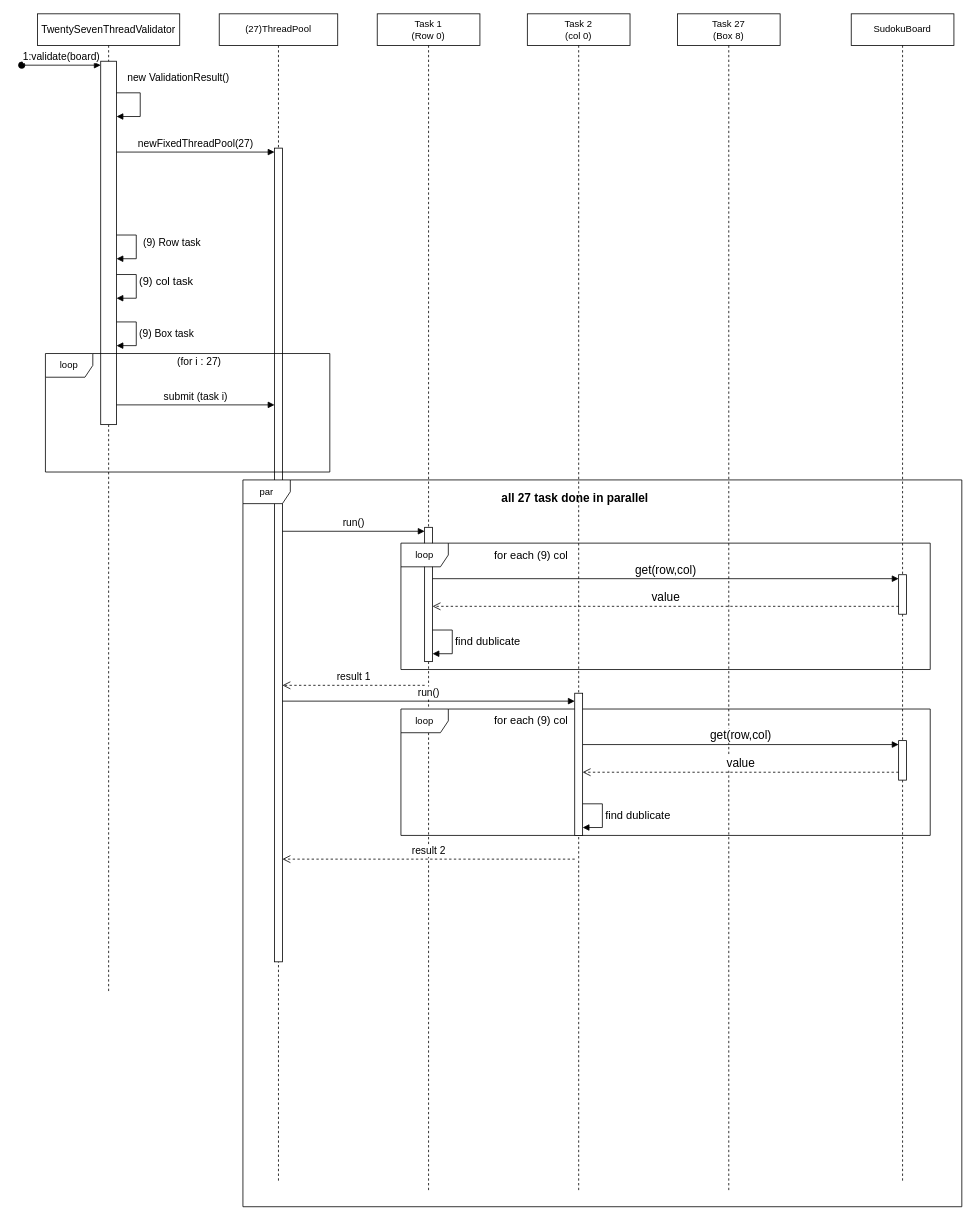
Earlier version of the draw.io diagram diagrams/mode27 sequence diagram.drawio (Smook-e/Prog_lab9). Source tidied: cells renumbered, new cells numbered last; positions are measured from the earlier drawing's top-left corner, leaving out a move shared by most shapes. Both pictures are drawn from the tidied source at 79%, with x=0, y=0 at pixel (21, 13).
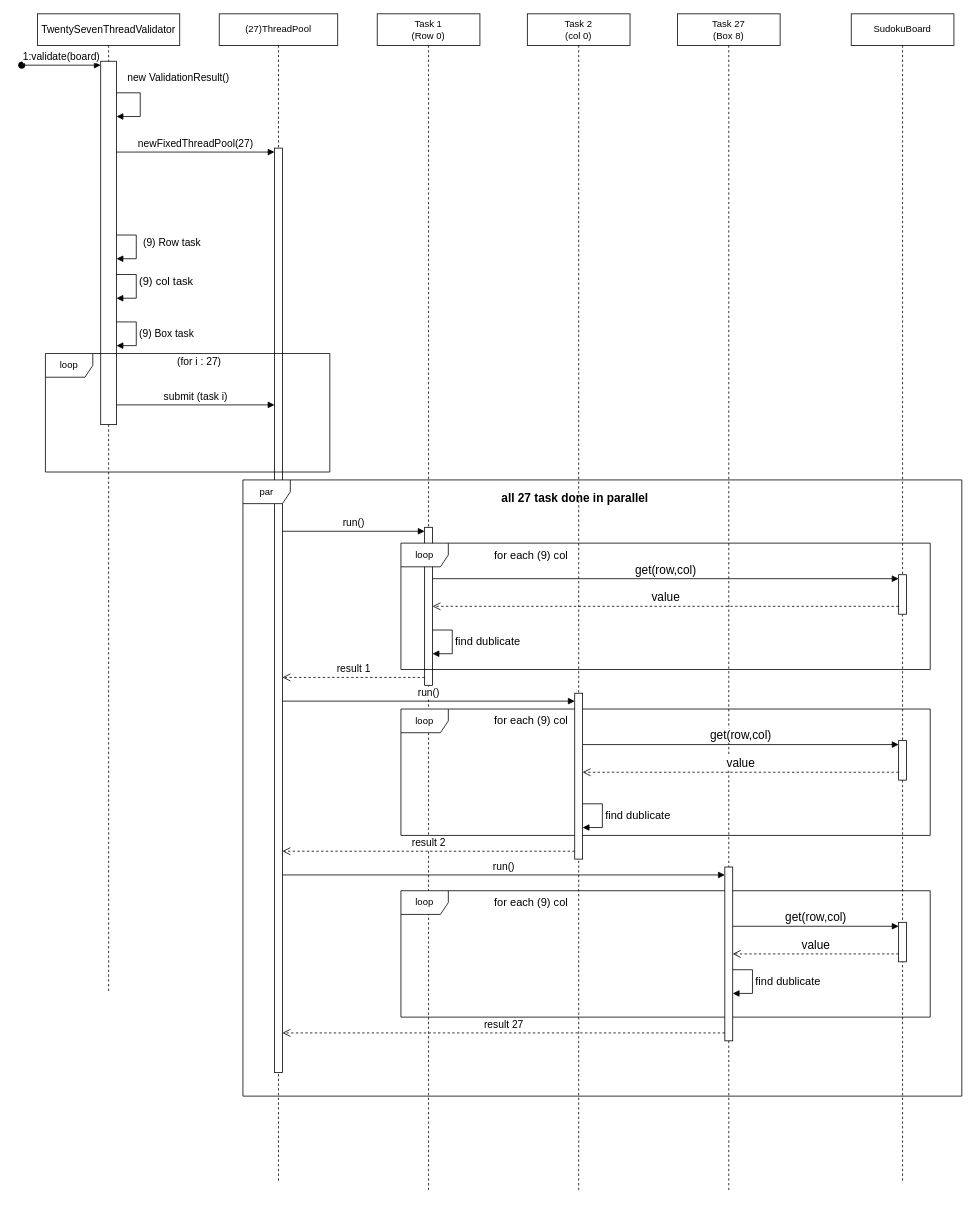
After the change.

Commit message:
complete all tasks

Unchanged cells that the change refers to:
```xml
<mxCell id="9" value="(27)ThreadPool" style="shape=umlLifeline;perimeter=lifelinePerimeter;whiteSpace=wrap;html=1;newEdgeStyle={&quot;curved&quot;:0,&quot;rounded&quot;:0};" parent="1" vertex="1">
  <mxGeometry x="250" width="150" height="1480" as="geometry" />
</mxCell>
<mxCell id="12" value="Task 1&lt;div&gt;(Row 0)&lt;/div&gt;" style="shape=umlLifeline;perimeter=lifelinePerimeter;whiteSpace=wrap;html=1;newEdgeStyle={&quot;curved&quot;:0,&quot;rounded&quot;:0};" parent="1" vertex="1">
  <mxGeometry x="450" width="130" height="1490" as="geometry" />
</mxCell>
```

Change to the diagram source:
```diff
@@
     <mxCell id="10" style="html=1;points=[[0,0,0,0,5],[0,1,0,0,-5],[1,0,0,0,5],[1,1,0,0,-5]];perimeter=orthogonalPerimeter;outlineConnect=0;targetShapes=umlLifeline;portConstraint=eastwest;newEdgeStyle={&quot;curved&quot;:0,&quot;rounded&quot;:0};" parent="9" vertex="1">
-      <mxGeometry x="70" y="170" width="10" height="1030" as="geometry" />
+      <mxGeometry x="70" y="170" width="10" height="1170" as="geometry" />
     </mxCell>
@@
     <mxCell id="13" style="html=1;points=[[0,0,0,0,5],[0,1,0,0,-5],[1,0,0,0,5],[1,1,0,0,-5]];perimeter=orthogonalPerimeter;outlineConnect=0;targetShapes=umlLifeline;portConstraint=eastwest;newEdgeStyle={&quot;curved&quot;:0,&quot;rounded&quot;:0};" parent="12" vertex="1">
-      <mxGeometry x="60" y="650" width="10" height="170" as="geometry" />
+      <mxGeometry x="60" y="650" width="10" height="200" as="geometry" />
     </mxCell>
@@
     <mxCell id="25" value="par" style="shape=umlFrame;whiteSpace=wrap;html=1;" parent="1" vertex="1">
-      <mxGeometry x="280" y="590" width="910" height="920" as="geometry" />
+      <mxGeometry x="280" y="590" width="910" height="780" as="geometry" />
     </mxCell>
@@
     <mxCell id="29" value="result 1" style="html=1;verticalAlign=bottom;endArrow=open;dashed=1;endSize=8;curved=0;rounded=0;fontSize=13;" parent="1" edge="1">
       <mxGeometry relative="1" as="geometry">
-        <mxPoint x="510" y="850" as="sourcePoint" />
-        <mxPoint x="330" y="850" as="targetPoint" />
+        <mxPoint x="510" y="840" as="sourcePoint" />
+        <mxPoint x="330" y="840" as="targetPoint" />
       </mxGeometry>
     </mxCell>
@@
     <mxCell id="35" style="html=1;perimeter=orthogonalPerimeter;targetShapes=umlLifeline;newEdgeStyle={&quot;curved&quot;:0,&quot;rounded&quot;:0};" parent="1" vertex="1">
-      <mxGeometry x="700" y="860" width="10" height="180" as="geometry" />
+      <mxGeometry x="700" y="860" width="10" height="210" as="geometry" />
     </mxCell>
@@
-    <mxCell id="38" value="result 2" style="html=1;verticalAlign=bottom;endArrow=open;dashed=1;endSize=8;curved=0;rounded=0;fontSize=13;" parent="1" edge="1" target="10">
+    <mxCell id="38" value="result 2" style="html=1;verticalAlign=bottom;endArrow=open;dashed=1;endSize=8;curved=0;rounded=0;fontSize=13;" parent="1" edge="1">
       <mxGeometry relative="1" as="geometry">
-        <mxPoint x="700" y="1070" as="sourcePoint" />
+        <mxPoint x="700" y="1060" as="sourcePoint" />
+        <mxPoint x="330" y="1060" as="targetPoint" />
       </mxGeometry>
     </mxCell>
+    <mxCell id="39" style="html=1;points=[[0,0,0,0,5],[0,1,0,0,-5],[1,0,0,0,5],[1,1,0,0,-5]];perimeter=orthogonalPerimeter;outlineConnect=0;targetShapes=umlLifeline;portConstraint=eastwest;newEdgeStyle={&quot;curved&quot;:0,&quot;rounded&quot;:0};" parent="1" vertex="1">
+      <mxGeometry x="1110" y="1150" width="10" height="50" as="geometry" />
+    </mxCell>
+    <mxCell id="40" value="value" style="html=1;verticalAlign=bottom;endArrow=open;dashed=1;endSize=8;curved=0;rounded=0;fontSize=15;" parent="1" edge="1" target="45">
+      <mxGeometry relative="1" as="geometry">
+        <mxPoint x="1110" y="1190" as="sourcePoint" />
+      </mxGeometry>
+    </mxCell>
+    <mxCell id="41" value="get(row,col)" style="html=1;verticalAlign=bottom;endArrow=block;curved=0;rounded=0;entryX=0;entryY=0;entryDx=0;entryDy=5;fontSize=15;" parent="1" edge="1" source="45" target="39">
+      <mxGeometry relative="1" as="geometry" />
+    </mxCell>
+    <mxCell id="42" value="loop" style="shape=umlFrame;whiteSpace=wrap;html=1;" parent="1" vertex="1">
+      <mxGeometry x="480" y="1110" width="670" height="160" as="geometry" />
+    </mxCell>
+    <mxCell id="43" value="for each (9) col" style="text;html=1;whiteSpace=wrap;strokeColor=none;fillColor=none;align=center;verticalAlign=middle;rounded=0;fontSize=14;" parent="1" vertex="1">
+      <mxGeometry x="590" y="1110" width="110" height="30" as="geometry" />
+    </mxCell>
+    <mxCell id="44" value="run()" style="html=1;verticalAlign=bottom;endArrow=block;curved=0;rounded=0;fontSize=13;" parent="1" edge="1" source="10">
+      <mxGeometry relative="1" as="geometry">
+        <mxPoint x="890" y="1090" as="targetPoint" />
+      </mxGeometry>
+    </mxCell>
+    <mxCell id="45" style="html=1;points=[[0,0,0,0,5],[0,1,0,0,-5],[1,0,0,0,5],[1,1,0,0,-5]];perimeter=orthogonalPerimeter;outlineConnect=0;targetShapes=umlLifeline;portConstraint=eastwest;newEdgeStyle={&quot;curved&quot;:0,&quot;rounded&quot;:0};" parent="1" vertex="1">
+      <mxGeometry x="890" y="1080" width="10" height="220" as="geometry" />
+    </mxCell>
+    <mxCell id="46" value="find dublicate" style="html=1;align=left;spacingLeft=2;endArrow=block;rounded=0;edgeStyle=orthogonalEdgeStyle;curved=0;rounded=0;fontSize=14;" parent="1" edge="1">
+      <mxGeometry relative="1" as="geometry">
+        <mxPoint x="900" y="1210" as="sourcePoint" />
+        <mxPoint x="900" y="1240" as="targetPoint" />
+        <Array as="points">
+          <mxPoint x="925" y="1240" />
+        </Array>
+      </mxGeometry>
+    </mxCell>
+    <mxCell id="47" value="result 27" style="html=1;verticalAlign=bottom;endArrow=open;dashed=1;endSize=8;curved=0;rounded=0;fontSize=13;" parent="1" edge="1" target="10">
+      <mxGeometry relative="1" as="geometry">
+        <mxPoint x="890" y="1290" as="sourcePoint" />
+      </mxGeometry>
+    </mxCell>
```
